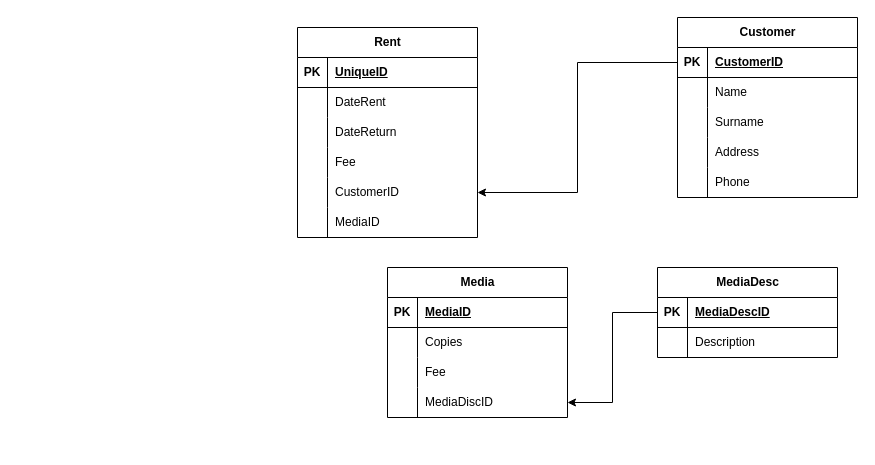
LukaCafuka/Diagrams-TiPK keeps this draw.io diagram as UBP.drawio. Above is the earlier version. Source tidied: cells renumbered, new cells numbered last; positions are measured from the earlier drawing's top-left corner, leaving out a move shared by most shapes. Both pictures are drawn from the tidied source at 100%, with x=0, y=0 at pixel (297, 17).
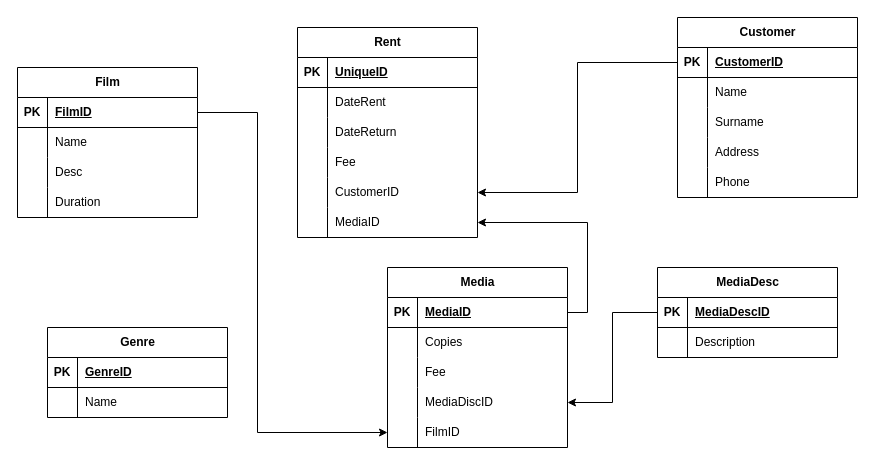
Above is the later version.

The change refers to these unchanged cells:
```xml
<mxCell id="34" style="shape=tableRow;horizontal=0;startSize=0;swimlaneHead=0;swimlaneBody=0;fillColor=none;points=[[0,0.5],[1,0.5]];portConstraint=eastwest;top=0;left=0;right=0;bottom=0;" parent="18" vertex="1">
  <mxGeometry y="180" width="180" height="30" as="geometry" />
</mxCell>
<mxCell id="39" style="shape=tableRow;horizontal=0;startSize=0;swimlaneHead=0;swimlaneBody=0;fillColor=none;points=[[0,0.5],[1,0.5]];portConstraint=eastwest;top=0;left=0;right=0;bottom=1;" parent="38" vertex="1">
  <mxGeometry y="30" width="180" height="30" as="geometry" />
</mxCell>
```

Change to the diagram source:
```diff
@@
     <mxCell id="38" value="Media" style="shape=table;startSize=30;childLayout=tableLayout;rowLines=0;fontStyle=1;align=center;html=1;" parent="1" vertex="1">
-      <mxGeometry x="90" y="250" width="180" height="150" as="geometry" />
+      <mxGeometry x="90" y="250" width="180" height="180" as="geometry" />
     </mxCell>
@@
+    <mxCell id="59" style="shape=tableRow;horizontal=0;startSize=0;swimlaneHead=0;swimlaneBody=0;fillColor=none;points=[[0,0.5],[1,0.5]];portConstraint=eastwest;top=0;left=0;right=0;bottom=0;" parent="38" vertex="1">
+      <mxGeometry y="150" width="180" height="30" as="geometry" />
+    </mxCell>
+    <mxCell id="60" style="shape=partialRectangle;fillColor=none;top=0;left=0;bottom=0;right=0;overflow=hidden;whiteSpace=wrap;html=1;" parent="59" vertex="1">
+      <mxGeometry width="30" height="30" as="geometry" />
+    </mxCell>
+    <mxCell id="61" value="FilmID" style="shape=partialRectangle;fillColor=none;top=0;left=0;bottom=0;right=0;align=left;spacingLeft=6;overflow=hidden;whiteSpace=wrap;html=1;" parent="59" vertex="1">
+      <mxGeometry x="30" width="150" height="30" as="geometry" />
+    </mxCell>
@@
+    <mxCell id="62" style="edgeStyle=orthogonalEdgeStyle;rounded=0;jettySize=auto;html=1;entryX=1;entryY=0.5;entryDx=0;entryDy=0;" parent="1" edge="1" source="39" target="34">
+      <mxGeometry relative="1" as="geometry">
+        <Array as="points">
+          <mxPoint x="290" y="295" />
+          <mxPoint x="290" y="205" />
+        </Array>
+      </mxGeometry>
+    </mxCell>
+    <mxCell id="63" value="Film" style="shape=table;startSize=30;childLayout=tableLayout;rowLines=0;fontStyle=1;align=center;html=1;" parent="1" vertex="1">
+      <mxGeometry x="-280" y="50" width="180" height="150" as="geometry" />
+    </mxCell>
+    <mxCell id="64" style="shape=tableRow;horizontal=0;startSize=0;swimlaneHead=0;swimlaneBody=0;fillColor=none;points=[[0,0.5],[1,0.5]];portConstraint=eastwest;top=0;left=0;right=0;bottom=1;" parent="63" vertex="1">
+      <mxGeometry y="30" width="180" height="30" as="geometry" />
+    </mxCell>
+    <mxCell id="65" value="PK" style="shape=partialRectangle;fillColor=none;top=0;left=0;bottom=0;right=0;fontStyle=1;overflow=hidden;whiteSpace=wrap;html=1;" parent="64" vertex="1">
+      <mxGeometry width="30" height="30" as="geometry" />
+    </mxCell>
+    <mxCell id="66" value="FilmID" style="shape=partialRectangle;fillColor=none;top=0;left=0;bottom=0;right=0;align=left;spacingLeft=6;fontStyle=5;overflow=hidden;whiteSpace=wrap;html=1;" parent="64" vertex="1">
+      <mxGeometry x="30" width="150" height="30" as="geometry" />
+    </mxCell>
+    <mxCell id="67" style="shape=tableRow;horizontal=0;startSize=0;swimlaneHead=0;swimlaneBody=0;fillColor=none;top=0;left=0;right=0;bottom=0;" parent="63" vertex="1">
+      <mxGeometry y="60" width="180" height="30" as="geometry" />
+    </mxCell>
+    <mxCell id="68" style="shape=partialRectangle;fillColor=none;top=0;left=0;bottom=0;right=0;overflow=hidden;whiteSpace=wrap;html=1;" parent="67" vertex="1">
+      <mxGeometry width="30" height="30" as="geometry" />
+    </mxCell>
+    <mxCell id="69" value="Name" style="shape=partialRectangle;fillColor=none;top=0;left=0;bottom=0;right=0;align=left;spacingLeft=6;overflow=hidden;whiteSpace=wrap;html=1;" parent="67" vertex="1">
+      <mxGeometry x="30" width="150" height="30" as="geometry" />
+    </mxCell>
+    <mxCell id="70" style="shape=tableRow;horizontal=0;startSize=0;swimlaneHead=0;swimlaneBody=0;fillColor=none;top=0;left=0;right=0;bottom=0;" parent="63" vertex="1">
+      <mxGeometry y="90" width="180" height="30" as="geometry" />
+    </mxCell>
+    <mxCell id="71" style="shape=partialRectangle;fillColor=none;top=0;left=0;bottom=0;right=0;overflow=hidden;whiteSpace=wrap;html=1;" parent="70" vertex="1">
+      <mxGeometry width="30" height="30" as="geometry" />
+    </mxCell>
+    <mxCell id="72" value="Desc" style="shape=partialRectangle;fillColor=none;top=0;left=0;bottom=0;right=0;align=left;spacingLeft=6;overflow=hidden;whiteSpace=wrap;html=1;" parent="70" vertex="1">
+      <mxGeometry x="30" width="150" height="30" as="geometry" />
+    </mxCell>
+    <mxCell id="73" style="shape=tableRow;horizontal=0;startSize=0;swimlaneHead=0;swimlaneBody=0;fillColor=none;top=0;left=0;right=0;bottom=0;" parent="63" vertex="1">
+      <mxGeometry y="120" width="180" height="30" as="geometry" />
+    </mxCell>
+    <mxCell id="74" style="shape=partialRectangle;fillColor=none;top=0;left=0;bottom=0;right=0;overflow=hidden;whiteSpace=wrap;html=1;" parent="73" vertex="1">
+      <mxGeometry width="30" height="30" as="geometry" />
+    </mxCell>
+    <mxCell id="75" value="Duration" style="shape=partialRectangle;fillColor=none;top=0;left=0;bottom=0;right=0;align=left;spacingLeft=6;overflow=hidden;whiteSpace=wrap;html=1;" parent="73" vertex="1">
+      <mxGeometry x="30" width="150" height="30" as="geometry" />
+    </mxCell>
+    <mxCell id="76" style="edgeStyle=orthogonalEdgeStyle;rounded=0;jettySize=auto;html=1;entryX=0;entryY=0.5;entryDx=0;entryDy=0;" parent="1" edge="1" source="64" target="59">
+      <mxGeometry relative="1" as="geometry">
+        <Array as="points">
+          <mxPoint x="-40" y="95" />
+          <mxPoint x="-40" y="415" />
+        </Array>
+      </mxGeometry>
+    </mxCell>
+    <mxCell id="77" value="Genre" style="shape=table;startSize=30;childLayout=tableLayout;rowLines=0;fontStyle=1;align=center;html=1;" parent="1" vertex="1">
+      <mxGeometry x="-250" y="310" width="180" height="90" as="geometry" />
+    </mxCell>
+    <mxCell id="78" style="shape=tableRow;horizontal=0;startSize=0;swimlaneHead=0;swimlaneBody=0;fillColor=none;top=0;left=0;right=0;bottom=1;" parent="77" vertex="1">
+      <mxGeometry y="30" width="180" height="30" as="geometry" />
+    </mxCell>
+    <mxCell id="79" value="PK" style="shape=partialRectangle;fillColor=none;top=0;left=0;bottom=0;right=0;fontStyle=1;overflow=hidden;whiteSpace=wrap;html=1;" parent="78" vertex="1">
+      <mxGeometry width="30" height="30" as="geometry" />
+    </mxCell>
+    <mxCell id="80" value="GenreID" style="shape=partialRectangle;fillColor=none;top=0;left=0;bottom=0;right=0;align=left;spacingLeft=6;fontStyle=5;overflow=hidden;whiteSpace=wrap;html=1;" parent="78" vertex="1">
+      <mxGeometry x="30" width="150" height="30" as="geometry" />
+    </mxCell>
+    <mxCell id="81" style="shape=tableRow;horizontal=0;startSize=0;swimlaneHead=0;swimlaneBody=0;fillColor=none;top=0;left=0;right=0;bottom=0;" parent="77" vertex="1">
+      <mxGeometry y="60" width="180" height="30" as="geometry" />
+    </mxCell>
+    <mxCell id="82" style="shape=partialRectangle;fillColor=none;top=0;left=0;bottom=0;right=0;overflow=hidden;whiteSpace=wrap;html=1;" parent="81" vertex="1">
+      <mxGeometry width="30" height="30" as="geometry" />
+    </mxCell>
+    <mxCell id="83" value="Name" style="shape=partialRectangle;fillColor=none;top=0;left=0;bottom=0;right=0;align=left;spacingLeft=6;overflow=hidden;whiteSpace=wrap;html=1;" parent="81" vertex="1">
+      <mxGeometry x="30" width="150" height="30" as="geometry" />
+    </mxCell>
```
